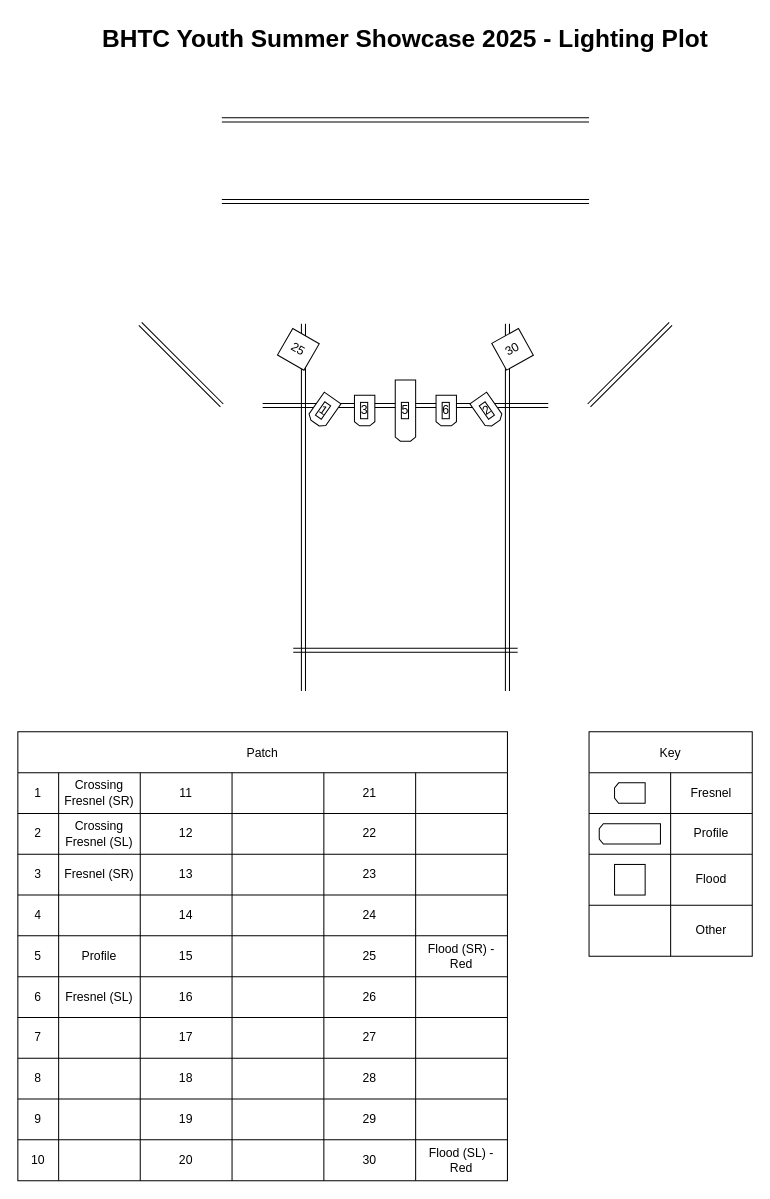
Before: YSS25 Lighting Plot.drawio in Oliver2081/yss25-lighting-plot, a draw.io diagram. Source tidied: cells renumbered, new cells numbered last; positions are measured from the earlier drawing's top-left corner, leaving out a move shared by most shapes. Both pictures are drawn from the tidied source at 102%, with x=0, y=0 at pixel (17, 17).
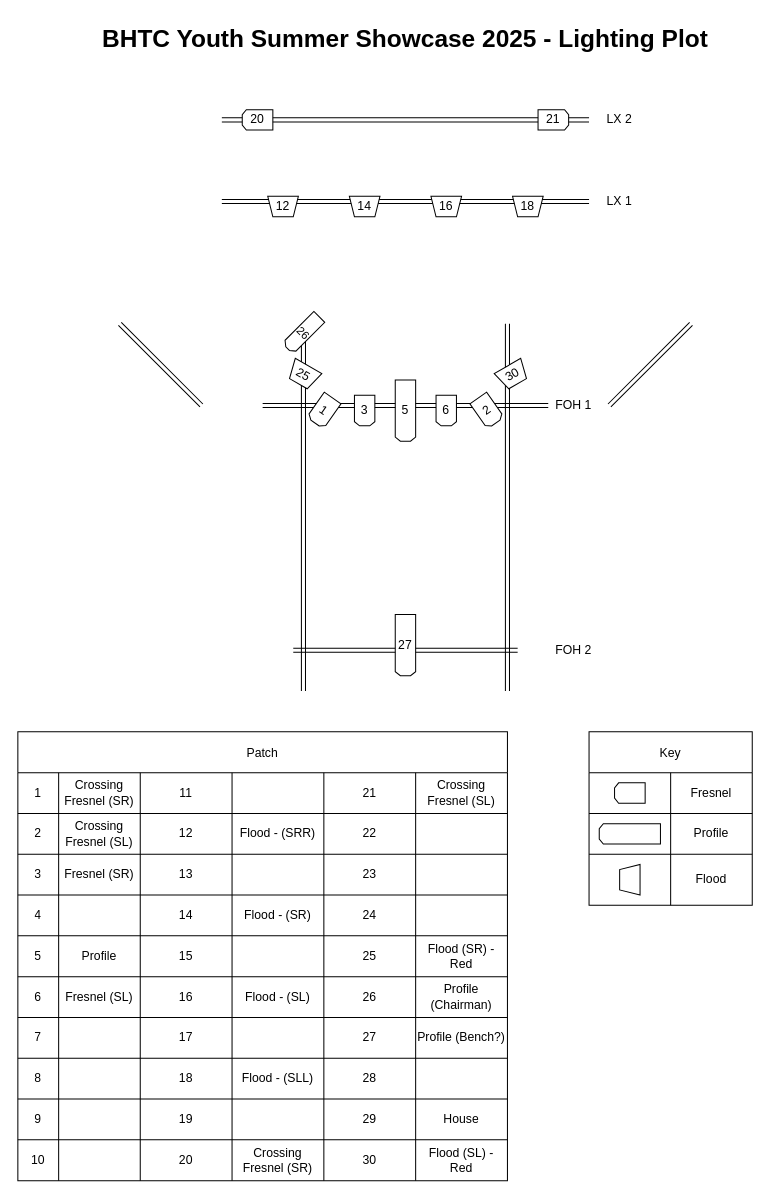
Above is the later version.

Unchanged cells that the change refers to:
```xml
<mxCell id="11" style="shape=tableRow;horizontal=0;startSize=0;swimlaneHead=0;swimlaneBody=0;strokeColor=inherit;top=0;left=0;bottom=0;right=0;fillColor=none;" parent="10" vertex="1">
  <mxGeometry y="40" width="480" height="40" as="geometry" />
</mxCell>
<mxCell id="18" style="shape=tableRow;horizontal=0;startSize=0;swimlaneHead=0;swimlaneBody=0;strokeColor=inherit;top=0;left=0;bottom=0;right=0;fillColor=none;" parent="10" vertex="1">
  <mxGeometry y="80" width="480" height="40" as="geometry" />
</mxCell>
<mxCell id="32" style="shape=tableRow;horizontal=0;startSize=0;swimlaneHead=0;swimlaneBody=0;strokeColor=inherit;top=0;left=0;bottom=0;right=0;fillColor=none;" parent="10" vertex="1">
  <mxGeometry y="160" width="480" height="40" as="geometry" />
</mxCell>
<mxCell id="46" style="shape=tableRow;horizontal=0;startSize=0;swimlaneHead=0;swimlaneBody=0;strokeColor=inherit;top=0;left=0;bottom=0;right=0;fillColor=none;" parent="10" vertex="1">
  <mxGeometry y="240" width="480" height="40" as="geometry" />
</mxCell>
<mxCell id="53" style="shape=tableRow;horizontal=0;startSize=0;swimlaneHead=0;swimlaneBody=0;strokeColor=inherit;top=0;left=0;bottom=0;right=0;fillColor=none;" parent="10" vertex="1">
  <mxGeometry y="280" width="480" height="40" as="geometry" />
</mxCell>
<mxCell id="60" style="shape=tableRow;horizontal=0;startSize=0;swimlaneHead=0;swimlaneBody=0;strokeColor=inherit;top=0;left=0;bottom=0;right=0;fillColor=none;" parent="10" vertex="1">
  <mxGeometry y="320" width="480" height="40" as="geometry" />
</mxCell>
<mxCell id="67" style="shape=tableRow;horizontal=0;startSize=0;swimlaneHead=0;swimlaneBody=0;strokeColor=inherit;top=0;left=0;bottom=0;right=0;fillColor=none;" parent="10" vertex="1">
  <mxGeometry y="360" width="480" height="40" as="geometry" />
</mxCell>
<mxCell id="74" style="shape=tableRow;horizontal=0;startSize=0;swimlaneHead=0;swimlaneBody=0;strokeColor=inherit;top=0;left=0;bottom=0;right=0;fillColor=none;" parent="10" vertex="1">
  <mxGeometry y="400" width="480" height="40" as="geometry" />
</mxCell>
```

The edit, as a diff of the source:
```diff
@@
+    <mxCell id="92" value="Key" style="shape=table;startSize=40;childLayout=tableLayout;" parent="1" vertex="1">
+      <mxGeometry x="560" y="700" width="160" height="170" as="geometry" />
+    </mxCell>
+    <mxCell id="93" style="shape=tableRow;horizontal=0;startSize=0;swimlaneHead=0;swimlaneBody=0;strokeColor=inherit;top=0;left=0;bottom=0;right=0;fillColor=none;" parent="92" vertex="1">
+      <mxGeometry y="40" width="160" height="40" as="geometry" />
+    </mxCell>
+    <mxCell id="94" style="shape=partialRectangle;html=1;whiteSpace=wrap;strokeColor=inherit;overflow=hidden;fillColor=none;top=0;left=0;bottom=0;right=0;" parent="93" vertex="1">
+      <mxGeometry width="80" height="40" as="geometry" />
+    </mxCell>
+    <mxCell id="95" value="Fresnel" style="shape=partialRectangle;html=1;whiteSpace=wrap;strokeColor=inherit;overflow=hidden;fillColor=none;top=0;left=0;bottom=0;right=0;" parent="93" vertex="1">
+      <mxGeometry x="80" width="80" height="40" as="geometry" />
+    </mxCell>
+    <mxCell id="96" style="shape=tableRow;horizontal=0;startSize=0;swimlaneHead=0;swimlaneBody=0;strokeColor=inherit;top=0;left=0;bottom=0;right=0;fillColor=none;" parent="92" vertex="1">
+      <mxGeometry y="80" width="160" height="40" as="geometry" />
+    </mxCell>
+    <mxCell id="97" style="shape=partialRectangle;html=1;whiteSpace=wrap;strokeColor=inherit;overflow=hidden;fillColor=none;top=0;left=0;bottom=0;right=0;" parent="96" vertex="1">
+      <mxGeometry width="80" height="40" as="geometry" />
+    </mxCell>
+    <mxCell id="98" value="Profile" style="shape=partialRectangle;html=1;whiteSpace=wrap;strokeColor=inherit;overflow=hidden;fillColor=none;top=0;left=0;bottom=0;right=0;" parent="96" vertex="1">
+      <mxGeometry x="80" width="80" height="40" as="geometry" />
+    </mxCell>
+    <mxCell id="99" style="shape=tableRow;horizontal=0;startSize=0;swimlaneHead=0;swimlaneBody=0;strokeColor=inherit;top=0;left=0;bottom=0;right=0;fillColor=none;" parent="92" vertex="1">
+      <mxGeometry y="120" width="160" height="50" as="geometry" />
+    </mxCell>
+    <mxCell id="100" style="shape=partialRectangle;html=1;whiteSpace=wrap;strokeColor=inherit;overflow=hidden;fillColor=none;top=0;left=0;bottom=0;right=0;" parent="99" vertex="1">
+      <mxGeometry width="80" height="50" as="geometry" />
+    </mxCell>
+    <mxCell id="101" value="Flood" style="shape=partialRectangle;html=1;whiteSpace=wrap;strokeColor=inherit;overflow=hidden;fillColor=none;top=0;left=0;bottom=0;right=0;" parent="99" vertex="1">
+      <mxGeometry x="80" width="80" height="50" as="geometry" />
+    </mxCell>
@@
     <mxCell id="8" style="edgeStyle=none;orthogonalLoop=1;jettySize=auto;html=1;rounded=0;fontSize=12;curved=1;shape=link;startSize=6;" parent="1" edge="1">
       <mxGeometry relative="1" as="geometry">
-        <mxPoint x="640" y="300" as="sourcePoint" />
-        <mxPoint x="560" y="380" as="targetPoint" />
+        <mxPoint x="660" y="300" as="sourcePoint" />
+        <mxPoint x="580" y="380" as="targetPoint" />
       </mxGeometry>
     </mxCell>
     <mxCell id="9" style="edgeStyle=none;orthogonalLoop=1;jettySize=auto;html=1;rounded=0;fontSize=12;curved=1;shape=link;startSize=6;" parent="1" edge="1">
       <mxGeometry relative="1" as="geometry">
-        <mxPoint x="120" y="300" as="sourcePoint" />
-        <mxPoint x="200" y="380" as="targetPoint" />
+        <mxPoint x="100" y="300" as="sourcePoint" />
+        <mxPoint x="180" y="380" as="targetPoint" />
       </mxGeometry>
     </mxCell>
@@
-    <mxCell id="17" style="shape=partialRectangle;html=1;whiteSpace=wrap;strokeColor=inherit;overflow=hidden;fillColor=none;top=0;left=0;bottom=0;right=0;" parent="11" vertex="1">
+    <mxCell id="17" value="Crossing Fresnel (SL)" style="shape=partialRectangle;html=1;whiteSpace=wrap;strokeColor=inherit;overflow=hidden;fillColor=none;top=0;left=0;bottom=0;right=0;" parent="11" vertex="1">
       <mxGeometry x="390" width="90" height="40" as="geometry" />
     </mxCell>
@@
-    <mxCell id="22" style="shape=partialRectangle;html=1;whiteSpace=wrap;strokeColor=inherit;overflow=hidden;fillColor=none;top=0;left=0;bottom=0;right=0;" parent="18" vertex="1">
+    <mxCell id="22" value="Flood - (SRR)" style="shape=partialRectangle;html=1;whiteSpace=wrap;strokeColor=inherit;overflow=hidden;fillColor=none;top=0;left=0;bottom=0;right=0;" parent="18" vertex="1">
       <mxGeometry x="210" width="90" height="40" as="geometry" />
     </mxCell>
@@
-    <mxCell id="36" style="shape=partialRectangle;html=1;whiteSpace=wrap;strokeColor=inherit;overflow=hidden;fillColor=none;top=0;left=0;bottom=0;right=0;" parent="32" vertex="1">
+    <mxCell id="36" value="Flood - (SR)" style="shape=partialRectangle;html=1;whiteSpace=wrap;strokeColor=inherit;overflow=hidden;fillColor=none;top=0;left=0;bottom=0;right=0;" parent="32" vertex="1">
       <mxGeometry x="210" width="90" height="40" as="geometry" />
     </mxCell>
@@
-    <mxCell id="50" style="shape=partialRectangle;html=1;whiteSpace=wrap;strokeColor=inherit;overflow=hidden;fillColor=none;top=0;left=0;bottom=0;right=0;" parent="46" vertex="1">
+    <mxCell id="50" value="Flood - (SL)" style="shape=partialRectangle;html=1;whiteSpace=wrap;strokeColor=inherit;overflow=hidden;fillColor=none;top=0;left=0;bottom=0;right=0;" parent="46" vertex="1">
       <mxGeometry x="210" width="90" height="40" as="geometry" />
     </mxCell>
@@
-    <mxCell id="52" style="shape=partialRectangle;html=1;whiteSpace=wrap;strokeColor=inherit;overflow=hidden;fillColor=none;top=0;left=0;bottom=0;right=0;" parent="46" vertex="1">
+    <mxCell id="52" value="Profile (Chairman)" style="shape=partialRectangle;html=1;whiteSpace=wrap;strokeColor=inherit;overflow=hidden;fillColor=none;top=0;left=0;bottom=0;right=0;" parent="46" vertex="1">
       <mxGeometry x="390" width="90" height="40" as="geometry" />
     </mxCell>
@@
-    <mxCell id="59" style="shape=partialRectangle;html=1;whiteSpace=wrap;strokeColor=inherit;overflow=hidden;fillColor=none;top=0;left=0;bottom=0;right=0;" parent="53" vertex="1">
+    <mxCell id="59" value="Profile (Bench?)" style="shape=partialRectangle;html=1;whiteSpace=wrap;strokeColor=inherit;overflow=hidden;fillColor=none;top=0;left=0;bottom=0;right=0;" parent="53" vertex="1">
       <mxGeometry x="390" width="90" height="40" as="geometry" />
     </mxCell>
@@
-    <mxCell id="64" style="shape=partialRectangle;html=1;whiteSpace=wrap;strokeColor=inherit;overflow=hidden;fillColor=none;top=0;left=0;bottom=0;right=0;" parent="60" vertex="1">
+    <mxCell id="64" value="Flood - (SLL)" style="shape=partialRectangle;html=1;whiteSpace=wrap;strokeColor=inherit;overflow=hidden;fillColor=none;top=0;left=0;bottom=0;right=0;" parent="60" vertex="1">
       <mxGeometry x="210" width="90" height="40" as="geometry" />
     </mxCell>
@@
-    <mxCell id="73" style="shape=partialRectangle;html=1;whiteSpace=wrap;strokeColor=inherit;overflow=hidden;fillColor=none;top=0;left=0;bottom=0;right=0;" parent="67" vertex="1">
+    <mxCell id="73" value="House" style="shape=partialRectangle;html=1;whiteSpace=wrap;strokeColor=inherit;overflow=hidden;fillColor=none;top=0;left=0;bottom=0;right=0;" parent="67" vertex="1">
       <mxGeometry x="390" width="90" height="40" as="geometry" />
     </mxCell>
@@
-    <mxCell id="78" style="shape=partialRectangle;html=1;whiteSpace=wrap;strokeColor=inherit;overflow=hidden;fillColor=none;top=0;left=0;bottom=0;right=0;" parent="74" vertex="1">
+    <mxCell id="78" value="Crossing Fresnel (SR)" style="shape=partialRectangle;html=1;whiteSpace=wrap;strokeColor=inherit;overflow=hidden;fillColor=none;top=0;left=0;bottom=0;right=0;" parent="74" vertex="1">
       <mxGeometry x="210" width="90" height="40" as="geometry" />
     </mxCell>
@@
-    <mxCell id="82" value="1" style="shape=loopLimit;whiteSpace=wrap;html=1;rotation=35;size=5;labelBorderColor=default;align=center;verticalAlign=middle;direction=west;" parent="1" vertex="1">
+    <mxCell id="82" value="1" style="shape=loopLimit;rotation=35;size=5;labelBorderColor=none;align=center;verticalAlign=middle;direction=west;html=1;whiteSpace=wrap;" parent="1" vertex="1">
       <mxGeometry x="290" y="370" width="20" height="30" as="geometry" />
     </mxCell>
@@
-    <mxCell id="84" value="2" style="shape=loopLimit;whiteSpace=wrap;html=1;rotation=-35;size=5;labelBorderColor=default;align=center;verticalAlign=middle;direction=west;" parent="1" vertex="1">
+    <mxCell id="84" value="2" style="shape=loopLimit;whiteSpace=wrap;html=1;rotation=-35;size=5;labelBorderColor=none;align=center;verticalAlign=middle;direction=west;" parent="1" vertex="1">
       <mxGeometry x="450" y="370" width="20" height="30" as="geometry" />
     </mxCell>
-    <mxCell id="85" value="3" style="shape=loopLimit;whiteSpace=wrap;html=1;rotation=0;size=5;labelBorderColor=default;align=center;verticalAlign=middle;direction=west;" parent="1" vertex="1">
+    <mxCell id="85" value="3" style="shape=loopLimit;whiteSpace=wrap;html=1;rotation=0;size=5;labelBorderColor=none;align=center;verticalAlign=middle;direction=west;" parent="1" vertex="1">
       <mxGeometry x="330" y="370" width="20" height="30" as="geometry" />
     </mxCell>
-    <mxCell id="86" value="6" style="shape=loopLimit;whiteSpace=wrap;html=1;rotation=0;size=5;labelBorderColor=default;align=center;verticalAlign=middle;direction=west;" parent="1" vertex="1">
+    <mxCell id="86" value="6" style="shape=loopLimit;whiteSpace=wrap;html=1;rotation=0;size=5;labelBorderColor=none;align=center;verticalAlign=middle;direction=west;" parent="1" vertex="1">
       <mxGeometry x="410" y="370" width="20" height="30" as="geometry" />
     </mxCell>
-    <mxCell id="87" value="5" style="shape=loopLimit;whiteSpace=wrap;html=1;rotation=0;size=5;labelBorderColor=default;align=center;verticalAlign=middle;direction=west;" parent="1" vertex="1">
+    <mxCell id="87" value="5" style="shape=loopLimit;whiteSpace=wrap;html=1;rotation=0;size=5;labelBorderColor=none;align=center;verticalAlign=middle;direction=west;" parent="1" vertex="1">
       <mxGeometry x="370" y="355" width="20" height="60" as="geometry" />
     </mxCell>
@@
-    <mxCell id="89" style="whiteSpace=wrap;html=1;" parent="1" vertex="1">
-      <mxGeometry x="585" y="830" width="30" height="30" as="geometry" />
-    </mxCell>
+    <mxCell id="105" style="shape=trapezoid;perimeter=trapezoidPerimeter;whiteSpace=wrap;html=1;fixedSize=1;size=5;direction=north;" parent="1" vertex="1">
+      <mxGeometry x="590" y="830" width="20" height="30" as="geometry" />
+    </mxCell>
+    <mxCell id="91" value="30" style="shape=trapezoid;perimeter=trapezoidPerimeter;whiteSpace=wrap;html=1;fixedSize=1;size=5;direction=west;rotation=-30;gradientColor=none;strokeColor=light-dark(#000000,#FF0000);" parent="1" vertex="1">
+      <mxGeometry x="470" y="340" width="30" height="20" as="geometry" />
+    </mxCell>
-    <mxCell id="90" value="25" style="whiteSpace=wrap;html=1;rotation=30;strokeColor=light-dark(#000000,#FF0000);" parent="1" vertex="1">
-      <mxGeometry x="260" y="310" width="30" height="30" as="geometry" />
+    <mxCell id="90" value="25" style="shape=trapezoid;perimeter=trapezoidPerimeter;whiteSpace=wrap;html=1;fixedSize=1;size=5;direction=west;rotation=30;gradientColor=none;strokeColor=light-dark(#000000,#FF0000);" parent="1" vertex="1">
+      <mxGeometry x="265" y="340" width="30" height="20" as="geometry" />
     </mxCell>
-    <mxCell id="91" value="30" style="whiteSpace=wrap;html=1;rotation=-29;strokeColor=light-dark(#000000,#FF0000);" parent="1" vertex="1">
-      <mxGeometry x="470" y="310" width="30" height="30" as="geometry" />
-    </mxCell>
-    <mxCell id="92" value="Key" style="shape=table;startSize=40;childLayout=tableLayout;" parent="1" vertex="1">
-      <mxGeometry x="560" y="700" width="160" height="220" as="geometry" />
-    </mxCell>
-    <mxCell id="93" style="shape=tableRow;horizontal=0;startSize=0;swimlaneHead=0;swimlaneBody=0;strokeColor=inherit;top=0;left=0;bottom=0;right=0;fillColor=none;" parent="92" vertex="1">
-      <mxGeometry y="40" width="160" height="40" as="geometry" />
-    </mxCell>
-    <mxCell id="94" style="shape=partialRectangle;html=1;whiteSpace=wrap;strokeColor=inherit;overflow=hidden;fillColor=none;top=0;left=0;bottom=0;right=0;" parent="93" vertex="1">
-      <mxGeometry width="80" height="40" as="geometry" />
-    </mxCell>
-    <mxCell id="95" value="Fresnel" style="shape=partialRectangle;html=1;whiteSpace=wrap;strokeColor=inherit;overflow=hidden;fillColor=none;top=0;left=0;bottom=0;right=0;" parent="93" vertex="1">
-      <mxGeometry x="80" width="80" height="40" as="geometry" />
-    </mxCell>
-    <mxCell id="96" style="shape=tableRow;horizontal=0;startSize=0;swimlaneHead=0;swimlaneBody=0;strokeColor=inherit;top=0;left=0;bottom=0;right=0;fillColor=none;" parent="92" vertex="1">
-      <mxGeometry y="80" width="160" height="40" as="geometry" />
-    </mxCell>
-    <mxCell id="97" style="shape=partialRectangle;html=1;whiteSpace=wrap;strokeColor=inherit;overflow=hidden;fillColor=none;top=0;left=0;bottom=0;right=0;" parent="96" vertex="1">
-      <mxGeometry width="80" height="40" as="geometry" />
-    </mxCell>
-    <mxCell id="98" value="Profile" style="shape=partialRectangle;html=1;whiteSpace=wrap;strokeColor=inherit;overflow=hidden;fillColor=none;top=0;left=0;bottom=0;right=0;" parent="96" vertex="1">
-      <mxGeometry x="80" width="80" height="40" as="geometry" />
-    </mxCell>
-    <mxCell id="99" style="shape=tableRow;horizontal=0;startSize=0;swimlaneHead=0;swimlaneBody=0;strokeColor=inherit;top=0;left=0;bottom=0;right=0;fillColor=none;" parent="92" vertex="1">
-      <mxGeometry y="120" width="160" height="50" as="geometry" />
-    </mxCell>
-    <mxCell id="100" style="shape=partialRectangle;html=1;whiteSpace=wrap;strokeColor=inherit;overflow=hidden;fillColor=none;top=0;left=0;bottom=0;right=0;" parent="99" vertex="1">
-      <mxGeometry width="80" height="50" as="geometry" />
-    </mxCell>
-    <mxCell id="101" value="Flood" style="shape=partialRectangle;html=1;whiteSpace=wrap;strokeColor=inherit;overflow=hidden;fillColor=none;top=0;left=0;bottom=0;right=0;" parent="99" vertex="1">
-      <mxGeometry x="80" width="80" height="50" as="geometry" />
-    </mxCell>
-    <mxCell id="102" style="shape=tableRow;horizontal=0;startSize=0;swimlaneHead=0;swimlaneBody=0;strokeColor=inherit;top=0;left=0;bottom=0;right=0;fillColor=none;" parent="92" vertex="1">
-      <mxGeometry y="170" width="160" height="50" as="geometry" />
-    </mxCell>
-    <mxCell id="103" style="shape=partialRectangle;html=1;whiteSpace=wrap;strokeColor=inherit;overflow=hidden;fillColor=none;top=0;left=0;bottom=0;right=0;" parent="102" vertex="1">
-      <mxGeometry width="80" height="50" as="geometry" />
-    </mxCell>
-    <mxCell id="104" value="Other" style="shape=partialRectangle;html=1;whiteSpace=wrap;strokeColor=inherit;overflow=hidden;fillColor=none;top=0;left=0;bottom=0;right=0;" parent="102" vertex="1">
-      <mxGeometry x="80" width="80" height="50" as="geometry" />
-    </mxCell>
+    <mxCell id="106" value="12" style="shape=trapezoid;perimeter=trapezoidPerimeter;whiteSpace=wrap;html=1;fixedSize=1;size=5;direction=west;rotation=0;gradientColor=none;strokeColor=default;" parent="1" vertex="1">
+      <mxGeometry x="245" y="175" width="30" height="20" as="geometry" />
+    </mxCell>
+    <mxCell id="107" value="14" style="shape=trapezoid;perimeter=trapezoidPerimeter;whiteSpace=wrap;html=1;fixedSize=1;size=5;direction=west;rotation=0;gradientColor=none;strokeColor=default;" parent="1" vertex="1">
+      <mxGeometry x="325" y="175" width="30" height="20" as="geometry" />
+    </mxCell>
+    <mxCell id="108" value="16" style="shape=trapezoid;perimeter=trapezoidPerimeter;whiteSpace=wrap;html=1;fixedSize=1;size=5;direction=west;rotation=0;gradientColor=none;strokeColor=default;" parent="1" vertex="1">
+      <mxGeometry x="405" y="175" width="30" height="20" as="geometry" />
+    </mxCell>
+    <mxCell id="109" value="18" style="shape=trapezoid;perimeter=trapezoidPerimeter;whiteSpace=wrap;html=1;fixedSize=1;size=5;direction=west;rotation=0;gradientColor=none;strokeColor=default;" parent="1" vertex="1">
+      <mxGeometry x="485" y="175" width="30" height="20" as="geometry" />
+    </mxCell>
+    <mxCell id="110" value="FOH 2" style="text;html=1;align=center;verticalAlign=middle;whiteSpace=wrap;rounded=0;" parent="1" vertex="1">
+      <mxGeometry x="515" y="605" width="60" height="30" as="geometry" />
+    </mxCell>
+    <mxCell id="111" value="FOH 1" style="text;html=1;align=center;verticalAlign=middle;whiteSpace=wrap;rounded=0;" parent="1" vertex="1">
+      <mxGeometry x="515" y="365" width="60" height="30" as="geometry" />
+    </mxCell>
+    <mxCell id="112" value="LX 1" style="text;html=1;align=center;verticalAlign=middle;whiteSpace=wrap;rounded=0;" parent="1" vertex="1">
+      <mxGeometry x="560" y="165" width="60" height="30" as="geometry" />
+    </mxCell>
+    <mxCell id="113" value="LX 2" style="text;html=1;align=center;verticalAlign=middle;whiteSpace=wrap;rounded=0;" parent="1" vertex="1">
+      <mxGeometry x="560" y="85" width="60" height="30" as="geometry" />
+    </mxCell>
+    <mxCell id="114" value="20" style="shape=loopLimit;rotation=0;size=5;labelBorderColor=none;align=center;verticalAlign=middle;direction=north;html=1;whiteSpace=wrap;" parent="1" vertex="1">
+      <mxGeometry x="220" y="90" width="30" height="20" as="geometry" />
+    </mxCell>
+    <mxCell id="115" value="21" style="shape=loopLimit;rotation=0;size=5;labelBorderColor=none;align=center;verticalAlign=middle;direction=south;html=1;whiteSpace=wrap;" parent="1" vertex="1">
+      <mxGeometry x="510" y="90" width="30" height="20" as="geometry" />
+    </mxCell>
+    <mxCell id="116" value="&lt;font style=&quot;font-size: 11px;&quot;&gt;26&lt;/font&gt;" style="shape=loopLimit;whiteSpace=wrap;html=1;rotation=45;size=5;labelBorderColor=none;align=center;verticalAlign=middle;direction=west;" parent="1" vertex="1">
+      <mxGeometry x="272.5" y="286.7" width="15" height="44" as="geometry" />
+    </mxCell>
+    <mxCell id="117" value="27" style="shape=loopLimit;whiteSpace=wrap;html=1;rotation=0;size=5;labelBorderColor=none;align=center;verticalAlign=middle;direction=west;" parent="1" vertex="1">
+      <mxGeometry x="370" y="585" width="20" height="60" as="geometry" />
+    </mxCell>
```
